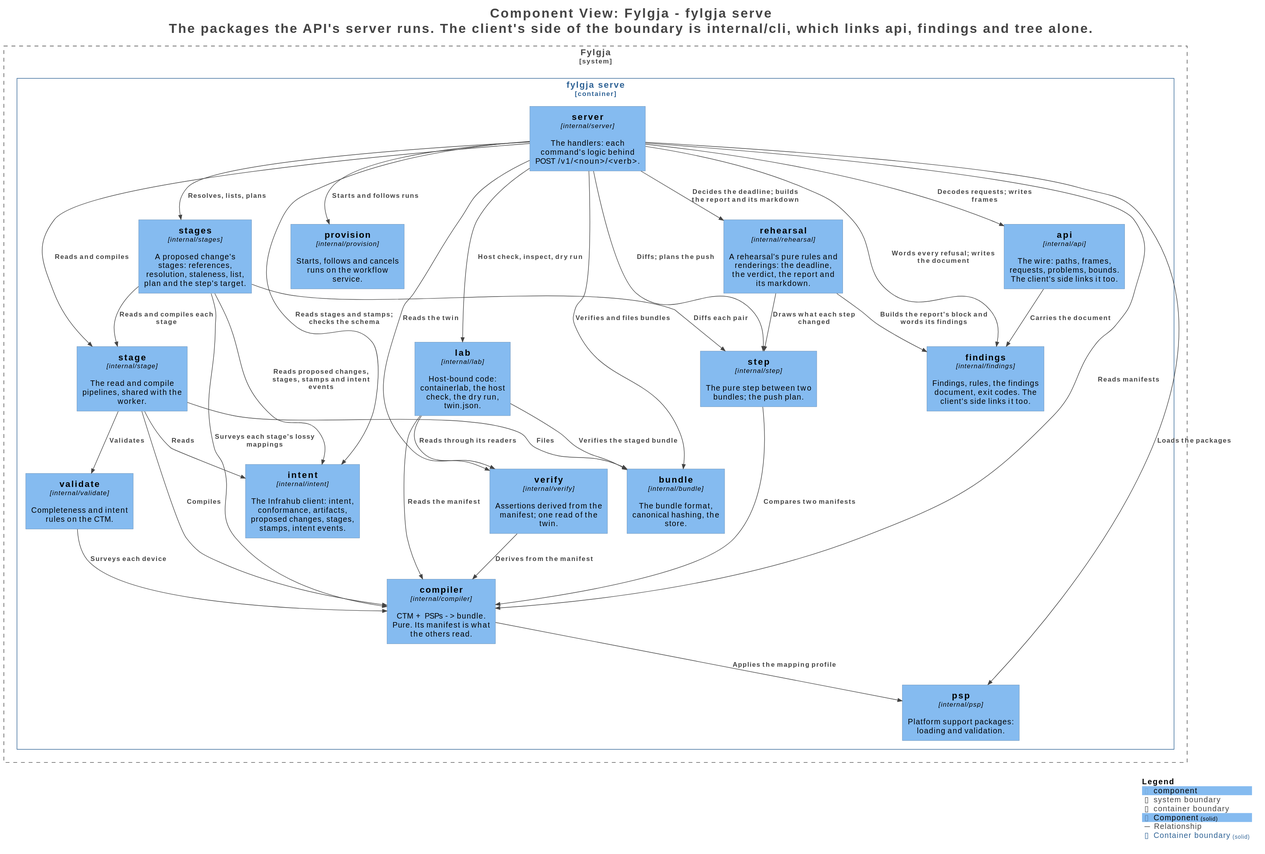
The PlantUML diagram docs/c4/structurizr-ServerComponents.svg in happypathnetworking/fylgja, before a commit. The source it was exported from:
```plantuml
@startuml
title <size:24>Component View: Fylgja - fylgja serve</size>\n<size:24>The packages the API's server runs. The client's side of the boundary is internal/cli, which links api, findings and tree alone.</size>

set separator none
top to bottom direction

<style>
  root {
    BackgroundColor: #ffffff
    FontColor: #444444
  }
</style>

!include <C4/C4>
!include <C4/C4_Context>
!include <C4/C4_Component>

AddElementTag("Component", $bgColor="#85bbf0", $borderColor="#5d82a8", $fontColor="#000000", $sprite="", $shadowing="", $borderStyle="solid")

AddRelTag("Relationship", $textColor="#444444", $lineColor="#444444", $lineStyle = "")

AddBoundaryTag("Container", $bgColor="#ffffff", $borderColor="#2e6295", $fontColor="#2e6295", $shadowing="", $borderStyle="solid")

System_Boundary("Fylgja_boundary", "Fylgja", $tags="Software System") {
  Container_Boundary("Fylgja.fylgjaserve_boundary", "fylgja serve", $tags="Container") {
    Component(Fylgja.fylgjaserve.server, "server", $techn="internal/server", $descr="The handlers: each command's logic behind POST /v1/<noun>/<verb>.", $tags="Component", $link="")
    Component(Fylgja.fylgjaserve.api, "api", $techn="internal/api", $descr="The wire: paths, frames, requests, problems, bounds. The client's side links it too.", $tags="Component", $link="")
    Component(Fylgja.fylgjaserve.stage, "stage", $techn="internal/stage", $descr="The read and compile pipelines, shared with the worker.", $tags="Component", $link="")
    Component(Fylgja.fylgjaserve.stages, "stages", $techn="internal/stages", $descr="A proposed change's stages: references, resolution, staleness, list, plan and the step's target.", $tags="Component", $link="")
    Component(Fylgja.fylgjaserve.provision, "provision", $techn="internal/provision", $descr="Starts, follows and cancels runs on the workflow service.", $tags="Component", $link="")
    Component(Fylgja.fylgjaserve.lab, "lab", $techn="internal/lab", $descr="Host-bound code: containerlab, the host check, the dry run, twin.json.", $tags="Component", $link="")
    Component(Fylgja.fylgjaserve.verify, "verify", $techn="internal/verify", $descr="Assertions derived from the manifest; one read of the twin.", $tags="Component", $link="")
    Component(Fylgja.fylgjaserve.intent, "intent", $techn="internal/intent", $descr="The Infrahub client: intent, conformance, artifacts, proposed changes, stages, stamps, intent events.", $tags="Component", $link="")
    Component(Fylgja.fylgjaserve.validate, "validate", $techn="internal/validate", $descr="Completeness and intent rules on the CTM.", $tags="Component", $link="")
    Component(Fylgja.fylgjaserve.step, "step", $techn="internal/step", $descr="The pure step between two bundles; the push plan.", $tags="Component", $link="")
    Component(Fylgja.fylgjaserve.rehearsal, "rehearsal", $techn="internal/rehearsal", $descr="A rehearsal's pure rules and renderings: the deadline, the verdict, the report and its markdown.", $tags="Component", $link="")
    Component(Fylgja.fylgjaserve.compiler, "compiler", $techn="internal/compiler", $descr="CTM + PSPs -> bundle. Pure. Its manifest is what the others read.", $tags="Component", $link="")
    Component(Fylgja.fylgjaserve.bundle, "bundle", $techn="internal/bundle", $descr="The bundle format, canonical hashing, the store.", $tags="Component", $link="")
    Component(Fylgja.fylgjaserve.psp, "psp", $techn="internal/psp", $descr="Platform support packages: loading and validation.", $tags="Component", $link="")
    Component(Fylgja.fylgjaserve.findings, "findings", $techn="internal/findings", $descr="Findings, rules, the findings document, exit codes. The client's side links it too.", $tags="Component", $link="")
  }

}

Rel(Fylgja.fylgjaserve.server, Fylgja.fylgjaserve.api, "Decodes requests; writes frames", $techn="", $tags="Relationship", $link="")
Rel(Fylgja.fylgjaserve.server, Fylgja.fylgjaserve.findings, "Words every refusal; writes the document", $techn="", $tags="Relationship", $link="")
Rel(Fylgja.fylgjaserve.server, Fylgja.fylgjaserve.psp, "Loads the packages", $techn="", $tags="Relationship", $link="")
Rel(Fylgja.fylgjaserve.server, Fylgja.fylgjaserve.stage, "Reads and compiles", $techn="", $tags="Relationship", $link="")
Rel(Fylgja.fylgjaserve.server, Fylgja.fylgjaserve.stages, "Resolves, lists, plans", $techn="", $tags="Relationship", $link="")
Rel(Fylgja.fylgjaserve.server, Fylgja.fylgjaserve.intent, "Reads stages and stamps; checks the schema", $techn="", $tags="Relationship", $link="")
Rel(Fylgja.fylgjaserve.server, Fylgja.fylgjaserve.step, "Diffs; plans the push", $techn="", $tags="Relationship", $link="")
Rel(Fylgja.fylgjaserve.server, Fylgja.fylgjaserve.bundle, "Verifies and files bundles", $techn="", $tags="Relationship", $link="")
Rel(Fylgja.fylgjaserve.server, Fylgja.fylgjaserve.compiler, "Reads manifests", $techn="", $tags="Relationship", $link="")
Rel(Fylgja.fylgjaserve.server, Fylgja.fylgjaserve.lab, "Host check, inspect, dry run", $techn="", $tags="Relationship", $link="")
Rel(Fylgja.fylgjaserve.server, Fylgja.fylgjaserve.verify, "Reads the twin", $techn="", $tags="Relationship", $link="")
Rel(Fylgja.fylgjaserve.server, Fylgja.fylgjaserve.provision, "Starts and follows runs", $techn="", $tags="Relationship", $link="")
Rel(Fylgja.fylgjaserve.server, Fylgja.fylgjaserve.rehearsal, "Decides the deadline; builds the report and its markdown", $techn="", $tags="Relationship", $link="")
Rel(Fylgja.fylgjaserve.api, Fylgja.fylgjaserve.findings, "Carries the document", $techn="", $tags="Relationship", $link="")
Rel(Fylgja.fylgjaserve.stages, Fylgja.fylgjaserve.stage, "Reads and compiles each stage", $techn="", $tags="Relationship", $link="")
Rel(Fylgja.fylgjaserve.stages, Fylgja.fylgjaserve.intent, "Reads proposed changes, stages, stamps and intent events", $techn="", $tags="Relationship", $link="")
Rel(Fylgja.fylgjaserve.stages, Fylgja.fylgjaserve.step, "Diffs each pair", $techn="", $tags="Relationship", $link="")
Rel(Fylgja.fylgjaserve.stages, Fylgja.fylgjaserve.compiler, "Surveys each stage's lossy mappings", $techn="", $tags="Relationship", $link="")
Rel(Fylgja.fylgjaserve.stage, Fylgja.fylgjaserve.intent, "Reads", $techn="", $tags="Relationship", $link="")
Rel(Fylgja.fylgjaserve.stage, Fylgja.fylgjaserve.validate, "Validates", $techn="", $tags="Relationship", $link="")
Rel(Fylgja.fylgjaserve.stage, Fylgja.fylgjaserve.compiler, "Compiles", $techn="", $tags="Relationship", $link="")
Rel(Fylgja.fylgjaserve.stage, Fylgja.fylgjaserve.bundle, "Files", $techn="", $tags="Relationship", $link="")
Rel(Fylgja.fylgjaserve.lab, Fylgja.fylgjaserve.verify, "Reads through its readers", $techn="", $tags="Relationship", $link="")
Rel(Fylgja.fylgjaserve.lab, Fylgja.fylgjaserve.bundle, "Verifies the staged bundle", $techn="", $tags="Relationship", $link="")
Rel(Fylgja.fylgjaserve.lab, Fylgja.fylgjaserve.compiler, "Reads the manifest", $techn="", $tags="Relationship", $link="")
Rel(Fylgja.fylgjaserve.verify, Fylgja.fylgjaserve.compiler, "Derives from the manifest", $techn="", $tags="Relationship", $link="")
Rel(Fylgja.fylgjaserve.validate, Fylgja.fylgjaserve.compiler, "Surveys each device", $techn="", $tags="Relationship", $link="")
Rel(Fylgja.fylgjaserve.step, Fylgja.fylgjaserve.compiler, "Compares two manifests", $techn="", $tags="Relationship", $link="")
Rel(Fylgja.fylgjaserve.rehearsal, Fylgja.fylgjaserve.findings, "Builds the report's block and words its findings", $techn="", $tags="Relationship", $link="")
Rel(Fylgja.fylgjaserve.rehearsal, Fylgja.fylgjaserve.step, "Draws what each step changed", $techn="", $tags="Relationship", $link="")
Rel(Fylgja.fylgjaserve.compiler, Fylgja.fylgjaserve.psp, "Applies the mapping profile", $techn="", $tags="Relationship", $link="")

SHOW_LEGEND(true)
hide stereotypes
@enduml
```
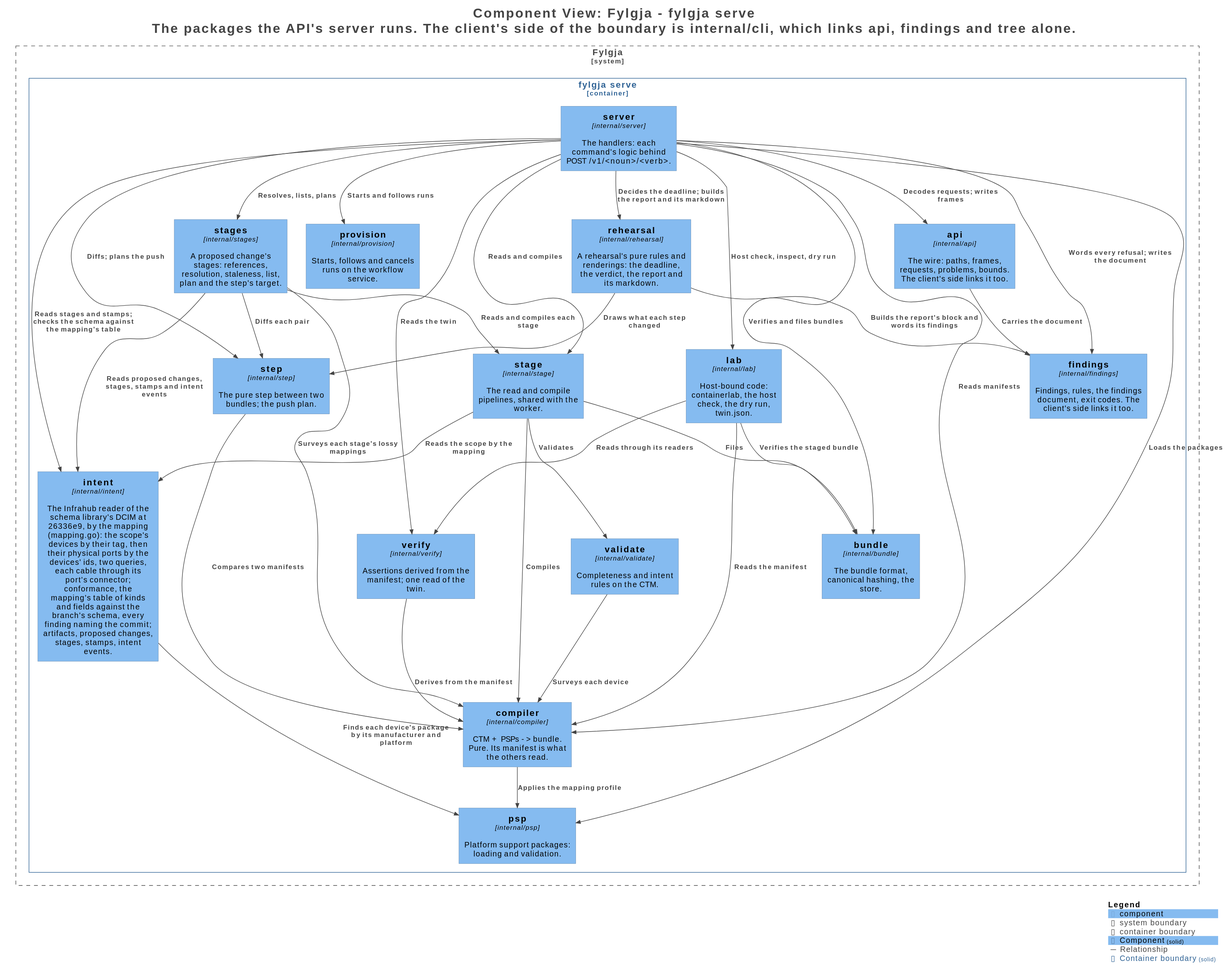
Above is the later version.

Commit message:
docs(c4): the intent component reads the library's DCIM by the mapping

What changed in the source:
```diff
@@ -30,7 +30,7 @@
     Component(Fylgja.fylgjaserve.provision, "provision", $techn="internal/provision", $descr="Starts, follows and cancels runs on the workflow service.", $tags="Component", $link="")
     Component(Fylgja.fylgjaserve.lab, "lab", $techn="internal/lab", $descr="Host-bound code: containerlab, the host check, the dry run, twin.json.", $tags="Component", $link="")
     Component(Fylgja.fylgjaserve.verify, "verify", $techn="internal/verify", $descr="Assertions derived from the manifest; one read of the twin.", $tags="Component", $link="")
-    Component(Fylgja.fylgjaserve.intent, "intent", $techn="internal/intent", $descr="The Infrahub client: intent, conformance, artifacts, proposed changes, stages, stamps, intent events.", $tags="Component", $link="")
+    Component(Fylgja.fylgjaserve.intent, "intent", $techn="internal/intent", $descr="The Infrahub reader of the schema library's DCIM at 26336e9, by the mapping (mapping.go): the scope's devices by their tag, then their physical ports by the devices' ids, two queries, each cable through its port's connector; conformance, the mapping's table of kinds and fields against the branch's schema, every finding naming the commit; artifacts, proposed changes, stages, stamps, intent events.", $tags="Component", $link="")
     Component(Fylgja.fylgjaserve.validate, "validate", $techn="internal/validate", $descr="Completeness and intent rules on the CTM.", $tags="Component", $link="")
     Component(Fylgja.fylgjaserve.step, "step", $techn="internal/step", $descr="The pure step between two bundles; the push plan.", $tags="Component", $link="")
     Component(Fylgja.fylgjaserve.rehearsal, "rehearsal", $techn="internal/rehearsal", $descr="A rehearsal's pure rules and renderings: the deadline, the verdict, the report and its markdown.", $tags="Component", $link="")
@@ -47,7 +47,7 @@
 Rel(Fylgja.fylgjaserve.server, Fylgja.fylgjaserve.psp, "Loads the packages", $techn="", $tags="Relationship", $link="")
 Rel(Fylgja.fylgjaserve.server, Fylgja.fylgjaserve.stage, "Reads and compiles", $techn="", $tags="Relationship", $link="")
 Rel(Fylgja.fylgjaserve.server, Fylgja.fylgjaserve.stages, "Resolves, lists, plans", $techn="", $tags="Relationship", $link="")
-Rel(Fylgja.fylgjaserve.server, Fylgja.fylgjaserve.intent, "Reads stages and stamps; checks the schema", $techn="", $tags="Relationship", $link="")
+Rel(Fylgja.fylgjaserve.server, Fylgja.fylgjaserve.intent, "Reads stages and stamps; checks the schema against the mapping's table", $techn="", $tags="Relationship", $link="")
 Rel(Fylgja.fylgjaserve.server, Fylgja.fylgjaserve.step, "Diffs; plans the push", $techn="", $tags="Relationship", $link="")
 Rel(Fylgja.fylgjaserve.server, Fylgja.fylgjaserve.bundle, "Verifies and files bundles", $techn="", $tags="Relationship", $link="")
 Rel(Fylgja.fylgjaserve.server, Fylgja.fylgjaserve.compiler, "Reads manifests", $techn="", $tags="Relationship", $link="")
@@ -60,7 +60,7 @@
 Rel(Fylgja.fylgjaserve.stages, Fylgja.fylgjaserve.intent, "Reads proposed changes, stages, stamps and intent events", $techn="", $tags="Relationship", $link="")
 Rel(Fylgja.fylgjaserve.stages, Fylgja.fylgjaserve.step, "Diffs each pair", $techn="", $tags="Relationship", $link="")
 Rel(Fylgja.fylgjaserve.stages, Fylgja.fylgjaserve.compiler, "Surveys each stage's lossy mappings", $techn="", $tags="Relationship", $link="")
-Rel(Fylgja.fylgjaserve.stage, Fylgja.fylgjaserve.intent, "Reads", $techn="", $tags="Relationship", $link="")
+Rel(Fylgja.fylgjaserve.stage, Fylgja.fylgjaserve.intent, "Reads the scope by the mapping", $techn="", $tags="Relationship", $link="")
 Rel(Fylgja.fylgjaserve.stage, Fylgja.fylgjaserve.validate, "Validates", $techn="", $tags="Relationship", $link="")
 Rel(Fylgja.fylgjaserve.stage, Fylgja.fylgjaserve.compiler, "Compiles", $techn="", $tags="Relationship", $link="")
 Rel(Fylgja.fylgjaserve.stage, Fylgja.fylgjaserve.bundle, "Files", $techn="", $tags="Relationship", $link="")
@@ -73,6 +73,7 @@
 Rel(Fylgja.fylgjaserve.rehearsal, Fylgja.fylgjaserve.findings, "Builds the report's block and words its findings", $techn="", $tags="Relationship", $link="")
 Rel(Fylgja.fylgjaserve.rehearsal, Fylgja.fylgjaserve.step, "Draws what each step changed", $techn="", $tags="Relationship", $link="")
 Rel(Fylgja.fylgjaserve.compiler, Fylgja.fylgjaserve.psp, "Applies the mapping profile", $techn="", $tags="Relationship", $link="")
+Rel(Fylgja.fylgjaserve.intent, Fylgja.fylgjaserve.psp, "Finds each device's package by its manufacturer and platform", $techn="", $tags="Relationship", $link="")
 
 SHOW_LEGEND(true)
 hide stereotypes
```
